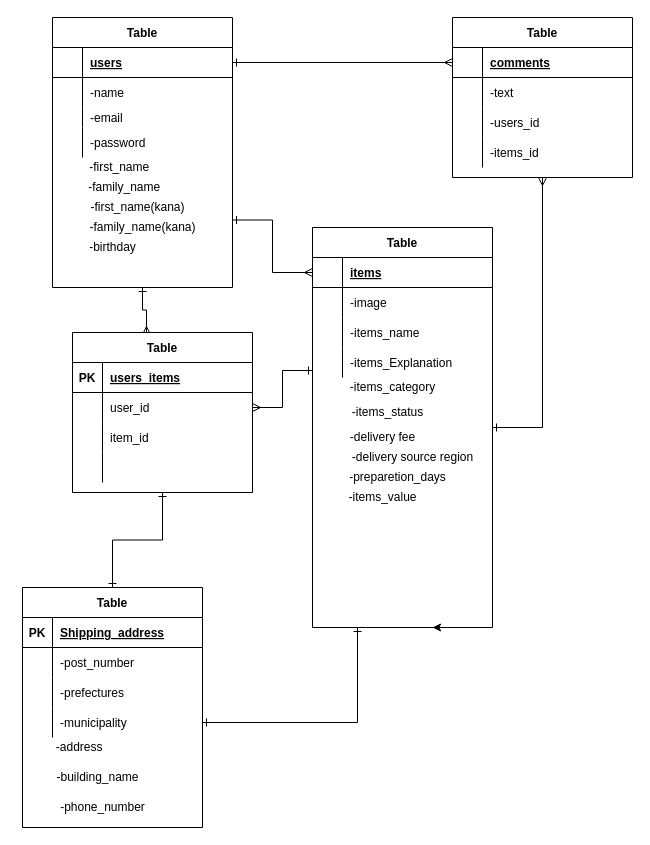
takehiko0325/furima-31801 keeps this draw.io diagram as furima.dio. Above is the earlier version. Source tidied: cells renumbered, new cells numbered last; positions are measured from the earlier drawing's top-left corner, leaving out a move shared by most shapes. Both pictures are drawn from the tidied source at 100%, with x=0, y=0 at pixel (17, 17).
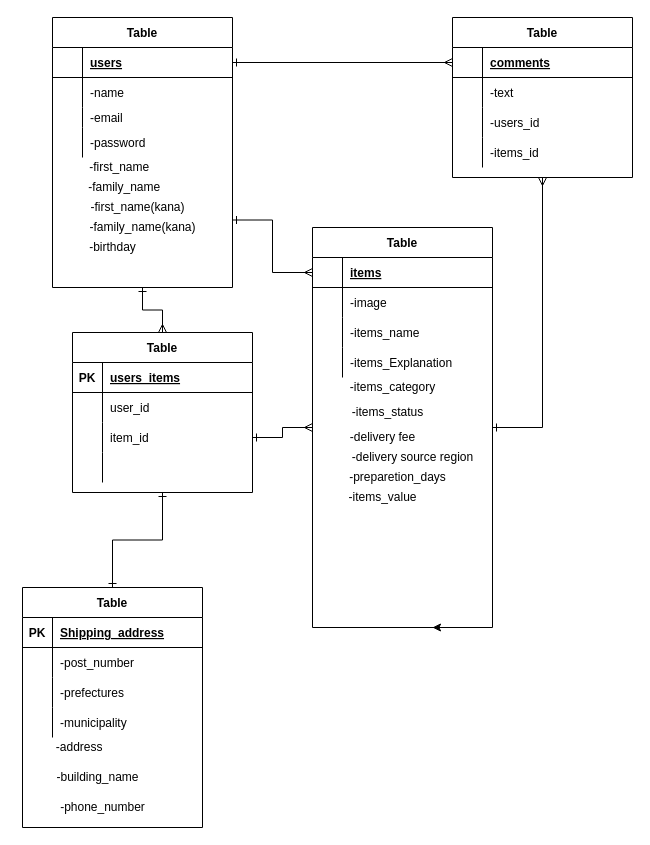
After the change.

Commit message (it also covers changes not shown here):
データベース設計

Unchanged cells that the change refers to:
```xml
<mxCell id="6" value="Table" style="shape=table;startSize=30;childLayout=tableLayout;rowLines=0;fontStyle=1;align=center;" parent="1" vertex="1">
  <mxGeometry x="35" width="180" height="270" as="geometry" />
</mxCell>
<mxCell id="58" style="shape=partialRectangle;fillColor=none;top=0;left=0;bottom=0;right=0;points=[[0,0.5],[1,0.5]];portConstraint=eastwest;" parent="48" vertex="1">
  <mxGeometry y="120" width="180" height="30" as="geometry" />
</mxCell>
<mxCell id="62" value="Table" style="shape=table;startSize=30;childLayout=tableLayout;rowLines=0;fontStyle=1;align=center;" parent="1" vertex="1">
  <mxGeometry x="295" y="210" width="180" height="400" as="geometry" />
</mxCell>
<mxCell id="63" style="shape=partialRectangle;fillColor=none;top=0;left=0;bottom=1;right=0;points=[[0,0.5],[1,0.5]];portConstraint=eastwest;" parent="62" vertex="1">
  <mxGeometry y="30" width="180" height="30" as="geometry" />
</mxCell>
<mxCell id="72" style="shape=partialRectangle;fillColor=none;top=0;left=0;bottom=0;right=0;points=[[0,0.5],[1,0.5]];portConstraint=eastwest;" parent="62" vertex="1">
  <mxGeometry y="120" width="180" height="30" as="geometry" />
</mxCell>
<mxCell id="76" value="Table" style="shape=table;startSize=30;childLayout=tableLayout;rowLines=0;fontStyle=1;align=center;" parent="1" vertex="1">
  <mxGeometry x="55" y="315" width="180" height="160" as="geometry" />
</mxCell>
<mxCell id="80" style="shape=partialRectangle;fillColor=none;top=0;left=0;bottom=0;right=0;points=[[0,0.5],[1,0.5]];portConstraint=eastwest;" parent="76" vertex="1">
  <mxGeometry y="60" width="180" height="30" as="geometry" />
</mxCell>
<mxCell id="83" style="shape=partialRectangle;fillColor=none;top=0;left=0;bottom=0;right=0;points=[[0,0.5],[1,0.5]];portConstraint=eastwest;" parent="76" vertex="1">
  <mxGeometry y="90" width="180" height="30" as="geometry" />
</mxCell>
```

Change to the diagram source:
```diff
@@
-    <mxCell id="3" style="edgeStyle=orthogonalEdgeStyle;rounded=0;jettySize=auto;html=1;entryX=0;entryY=0.767;entryDx=0;entryDy=0;entryPerimeter=0;endArrow=ERone;endFill=0;startArrow=ERmany;startFill=0;exitX=1;exitY=0.5;exitDx=0;exitDy=0;" parent="1" edge="1" source="80" target="72">
-      <mxGeometry relative="1" as="geometry" />
-    </mxCell>
+    <mxCell id="5" style="edgeStyle=orthogonalEdgeStyle;rounded=0;jettySize=auto;html=1;exitX=1;exitY=0.75;exitDx=0;exitDy=0;entryX=0;entryY=0.5;entryDx=0;entryDy=0;startArrow=ERone;startFill=0;endArrow=ERmany;endFill=0;" parent="1" edge="1" source="6" target="63">
+      <mxGeometry relative="1" as="geometry" />
+    </mxCell>
-    <mxCell id="4" style="edgeStyle=orthogonalEdgeStyle;rounded=0;jettySize=auto;html=1;exitX=0.5;exitY=1;exitDx=0;exitDy=0;entryX=0.411;entryY=0.013;entryDx=0;entryDy=0;entryPerimeter=0;startArrow=ERone;startFill=0;endArrow=ERmany;endFill=0;" parent="1" edge="1" source="6" target="76">
+    <mxCell id="4" style="edgeStyle=orthogonalEdgeStyle;rounded=0;jettySize=auto;html=1;exitX=0.5;exitY=1;exitDx=0;exitDy=0;entryX=0.5;entryY=0;entryDx=0;entryDy=0;startArrow=ERone;startFill=0;endArrow=ERmany;endFill=0;" parent="1" edge="1" source="6" target="76">
       <mxGeometry relative="1" as="geometry" />
     </mxCell>
-    <mxCell id="5" style="edgeStyle=orthogonalEdgeStyle;rounded=0;jettySize=auto;html=1;exitX=1;exitY=0.75;exitDx=0;exitDy=0;entryX=0;entryY=0.5;entryDx=0;entryDy=0;startArrow=ERone;startFill=0;endArrow=ERmany;endFill=0;" parent="1" edge="1" source="6" target="63">
-      <mxGeometry relative="1" as="geometry" />
-    </mxCell>
@@
-    <mxCell id="46" style="edgeStyle=orthogonalEdgeStyle;rounded=0;jettySize=auto;html=1;exitX=1;exitY=0.5;exitDx=0;exitDy=0;endArrow=ERone;endFill=0;startArrow=ERone;startFill=0;entryX=0.25;entryY=1;entryDx=0;entryDy=0;" parent="1" edge="1" source="58" target="62">
-      <mxGeometry relative="1" as="geometry" />
-    </mxCell>
@@
+    <mxCell id="89" style="edgeStyle=orthogonalEdgeStyle;rounded=0;jettySize=auto;html=1;exitX=0;exitY=0.5;exitDx=0;exitDy=0;endArrow=ERone;endFill=0;startArrow=ERmany;startFill=0;" parent="1" edge="1" source="62" target="83">
+      <mxGeometry relative="1" as="geometry" />
+    </mxCell>
```
